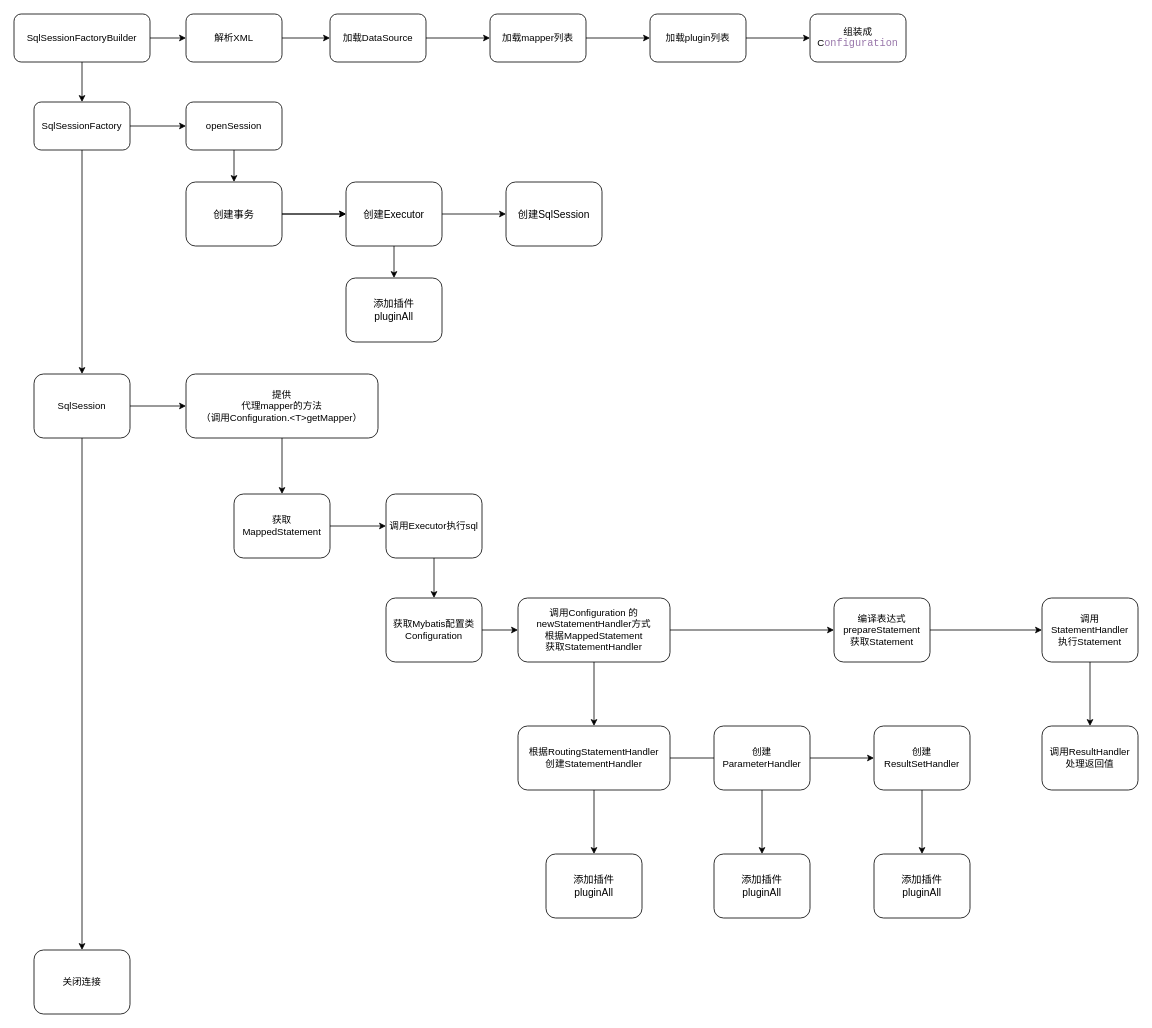
This is Mybatis.drawio from d1282397059/diagrams, a draw.io file, before an edit. Source tidied: cells renumbered, new cells numbered last; positions are measured from the earlier drawing's top-left corner, leaving out a move shared by most shapes. Both pictures are drawn from the tidied source at 80%, with x=0, y=0 at pixel (14, 14).
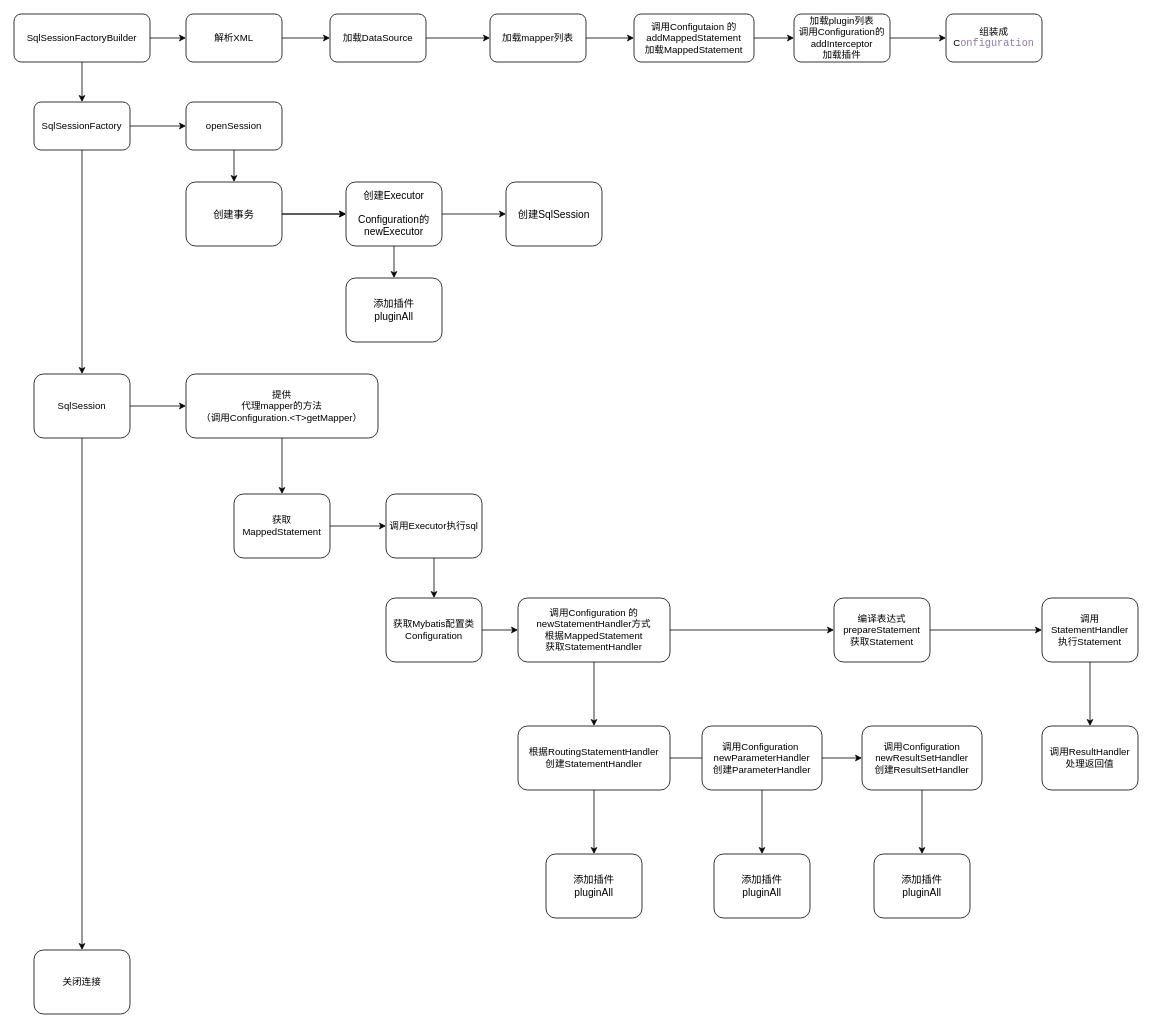
After the change.

Unchanged cells that the change refers to:
```xml
<mxCell id="40" value="加载mapper列表" style="rounded=1;whiteSpace=wrap;html=1;" parent="1" vertex="1">
  <mxGeometry x="595" width="120" height="60" as="geometry" />
</mxCell>
```

What changed in the source:
```diff
@@
-    <mxCell id="34" value="&lt;span style=&quot;font-size: 12.8px&quot;&gt;创建Executor&lt;br&gt;&lt;/span&gt;" style="rounded=1;whiteSpace=wrap;html=1;" parent="1" vertex="1">
+    <mxCell id="34" value="&lt;span style=&quot;font-size: 12.8px&quot;&gt;创建Executor&lt;br&gt;&lt;/span&gt;&lt;br&gt;&lt;div&gt;&lt;span style=&quot;font-size: 12.8px&quot;&gt;Configuration的&lt;/span&gt;&lt;/div&gt;&lt;div&gt;&lt;span style=&quot;font-size: 12.8px&quot;&gt;newExecutor&lt;/span&gt;&lt;/div&gt;" style="rounded=1;whiteSpace=wrap;html=1;" parent="1" vertex="1">
       <mxGeometry x="415" y="210" width="120" height="80" as="geometry" />
     </mxCell>
@@
-    <mxCell id="39" style="edgeStyle=orthogonalEdgeStyle;rounded=0;jettySize=auto;html=1;" parent="1" edge="1" source="40" target="42">
-      <mxGeometry relative="1" as="geometry" />
-    </mxCell>
+    <mxCell id="58" style="edgeStyle=orthogonalEdgeStyle;rounded=0;jettySize=auto;html=1;" parent="1" edge="1" source="40" target="60">
+      <mxGeometry relative="1" as="geometry" />
+    </mxCell>
@@
-    <mxCell id="42" value="加载plugin列表" style="rounded=1;whiteSpace=wrap;html=1;" parent="1" vertex="1">
-      <mxGeometry x="795" width="120" height="60" as="geometry" />
+    <mxCell id="42" value="加载plugin列表&lt;br&gt;调用Configuration的&lt;br&gt;addInterceptor &lt;br&gt;加载插件" style="rounded=1;whiteSpace=wrap;html=1;" parent="1" vertex="1">
+      <mxGeometry x="975" width="120" height="60" as="geometry" />
     </mxCell>
@@
     <mxCell id="44" value="组装成C&lt;span style=&quot;font-family: &amp;#34;jetbrains mono&amp;#34; , monospace ; font-size: 9.6pt ; color: rgb(152 , 118 , 170)&quot;&gt;onfiguration&lt;/span&gt;" style="rounded=1;whiteSpace=wrap;html=1;" parent="1" vertex="1">
-      <mxGeometry x="995" width="120" height="60" as="geometry" />
+      <mxGeometry x="1165" width="120" height="60" as="geometry" />
     </mxCell>
@@
-    <mxCell id="50" value="创建ParameterHandler" style="rounded=1;whiteSpace=wrap;html=1;" parent="1" vertex="1">
-      <mxGeometry x="875" y="890" width="120" height="80" as="geometry" />
+    <mxCell id="50" value="调用Configuration&amp;nbsp;&lt;br&gt;newParameterHandler&lt;br&gt;创建ParameterHandler" style="rounded=1;whiteSpace=wrap;html=1;" parent="1" vertex="1">
+      <mxGeometry x="860" y="890" width="150" height="80" as="geometry" />
     </mxCell>
@@
-    <mxCell id="52" value="创建ResultSetHandler" style="rounded=1;whiteSpace=wrap;html=1;" parent="1" vertex="1">
-      <mxGeometry x="1075" y="890" width="120" height="80" as="geometry" />
+    <mxCell id="52" value="调用Configuration&lt;br&gt;newResultSetHandler&lt;br&gt;创建ResultSetHandler" style="rounded=1;whiteSpace=wrap;html=1;" parent="1" vertex="1">
+      <mxGeometry x="1060" y="890" width="150" height="80" as="geometry" />
     </mxCell>
@@
+    <mxCell id="59" style="edgeStyle=orthogonalEdgeStyle;rounded=0;jettySize=auto;html=1;" parent="1" edge="1" source="60" target="42">
+      <mxGeometry relative="1" as="geometry" />
+    </mxCell>
+    <mxCell id="60" value="调用Configutaion 的&lt;br&gt;addMappedStatement&lt;br&gt;加载MappedStatement" style="rounded=1;whiteSpace=wrap;html=1;" parent="1" vertex="1">
+      <mxGeometry x="775" width="150" height="60" as="geometry" />
+    </mxCell>
```
